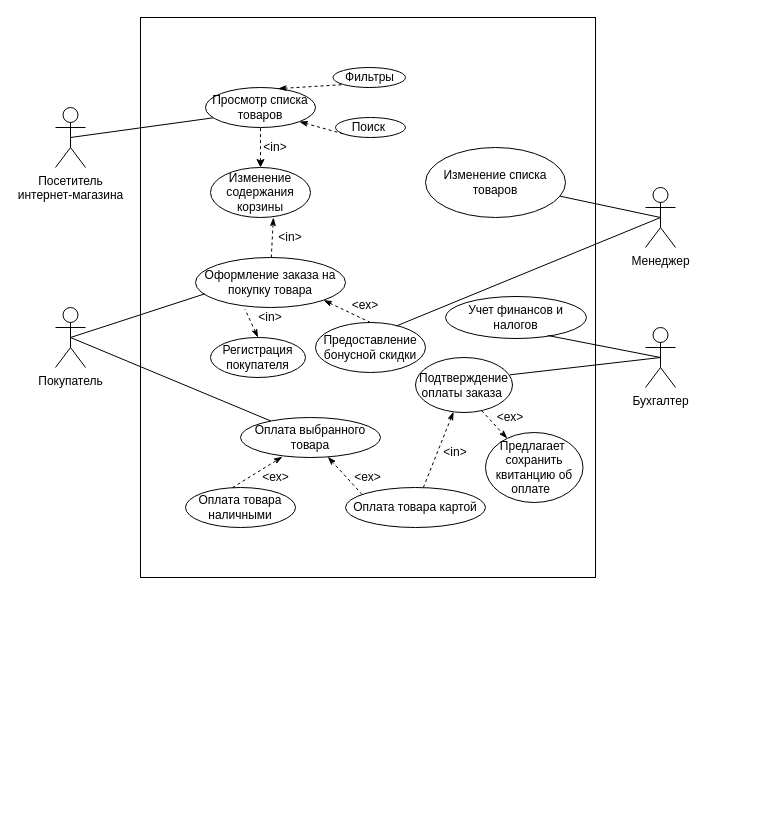
ValeriaLebedeva/predmetnaya_obl_use_case keeps this draw.io diagram as Predmet_obl_use_case.drawio. Above is the earlier version. Source tidied: cells renumbered, new cells numbered last; positions are measured from the earlier drawing's top-left corner, leaving out a move shared by most shapes. Both pictures are drawn from the tidied source at 100%, with x=0, y=0 at pixel (55, 17).
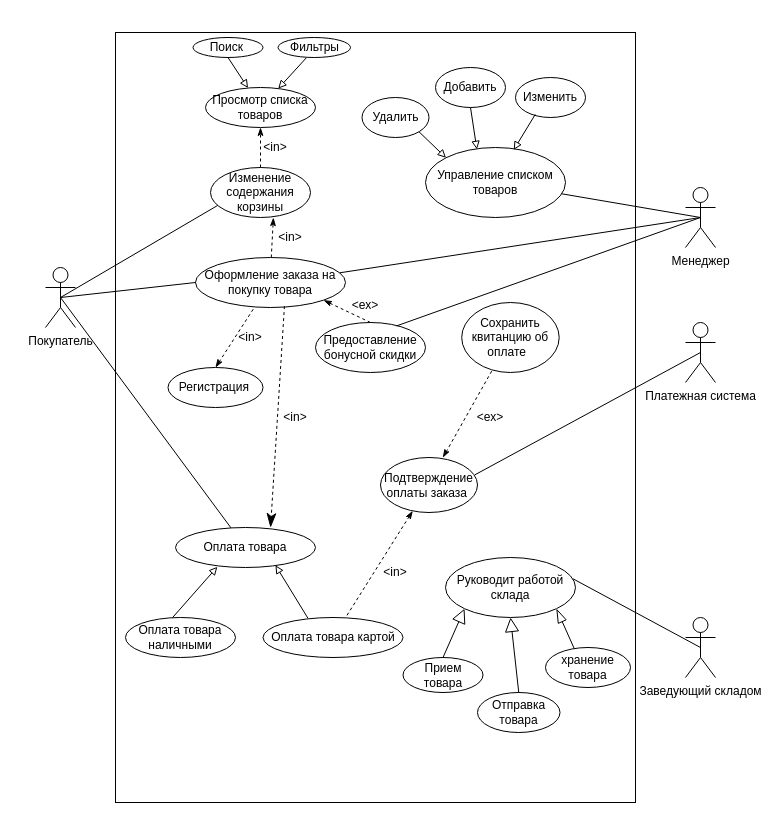
After the change.

The change refers to these unchanged cells:
```xml
<mxCell id="7" value="Просмотр списка товаров" style="ellipse;whiteSpace=wrap;html=1;" parent="1" vertex="1">
  <mxGeometry x="150" y="70" width="110" height="40" as="geometry" />
</mxCell>
<mxCell id="8" value="Изменение содержания корзины" style="ellipse;whiteSpace=wrap;html=1;" parent="1" vertex="1">
  <mxGeometry x="155" y="150" width="100" height="50" as="geometry" />
</mxCell>
<mxCell id="9" value="Оформление заказа на покупку товара" style="ellipse;whiteSpace=wrap;html=1;" parent="1" vertex="1">
  <mxGeometry x="140" y="240" width="150" height="50" as="geometry" />
</mxCell>
```

Diff of the diagram source:
```diff
@@
     <mxCell id="2" style="rounded=0;whiteSpace=wrap;html=1;" parent="1" vertex="1">
-      <mxGeometry x="85" width="455" height="560" as="geometry" />
+      <mxGeometry x="60" y="15" width="520" height="770" as="geometry" />
     </mxCell>
-    <mxCell id="3" value="Посетитель &lt;br&gt;интернет-магазина" style="shape=umlActor;verticalLabelPosition=bottom;verticalAlign=top;html=1;outlineConnect=0;" parent="1" vertex="1">
-      <mxGeometry y="90" width="30" height="60" as="geometry" />
-    </mxCell>
     <mxCell id="4" value="Покупатель" style="shape=umlActor;verticalLabelPosition=bottom;verticalAlign=top;html=1;outlineConnect=0;" parent="1" vertex="1">
-      <mxGeometry y="290" width="30" height="60" as="geometry" />
+      <mxGeometry x="-10" y="250" width="30" height="60" as="geometry" />
     </mxCell>
     <mxCell id="5" value="Менеджер" style="shape=umlActor;verticalLabelPosition=bottom;verticalAlign=top;html=1;outlineConnect=0;" parent="1" vertex="1">
-      <mxGeometry x="590" y="170" width="30" height="60" as="geometry" />
+      <mxGeometry x="630" y="170" width="30" height="60" as="geometry" />
     </mxCell>
-    <mxCell id="6" style="endArrow=none;html=1;rounded=0;exitX=0.5;exitY=0.5;exitDx=0;exitDy=0;exitPerimeter=0;" parent="1" edge="1" source="3">
-      <mxGeometry relative="1" as="geometry">
-        <mxPoint x="160" y="100" as="targetPoint" />
-      </mxGeometry>
-    </mxCell>
@@
-    <mxCell id="10" value="Оплата выбранного товара" style="ellipse;whiteSpace=wrap;html=1;" parent="1" vertex="1">
-      <mxGeometry x="185" y="400" width="140" height="40" as="geometry" />
+    <mxCell id="10" value="Оплата товара" style="ellipse;whiteSpace=wrap;html=1;" parent="1" vertex="1">
+      <mxGeometry x="120" y="510" width="140" height="40" as="geometry" />
     </mxCell>
-    <mxCell id="11" value="Регистрация покупателя" style="ellipse;whiteSpace=wrap;html=1;" parent="1" vertex="1">
-      <mxGeometry x="155" y="320" width="95" height="40" as="geometry" />
+    <mxCell id="11" value="Регистрация&amp;nbsp;" style="ellipse;whiteSpace=wrap;html=1;" parent="1" vertex="1">
+      <mxGeometry x="112.5" y="350" width="95" height="40" as="geometry" />
     </mxCell>
@@
-    <mxCell id="13" style="endArrow=none;html=1;rounded=0;exitX=0.5;exitY=0.5;exitDx=0;exitDy=0;exitPerimeter=0;entryX=0.06;entryY=0.729;entryDx=0;entryDy=0;entryPerimeter=0;" parent="1" edge="1" source="4" target="9">
+    <mxCell id="13" style="endArrow=none;html=1;rounded=0;exitX=0.5;exitY=0.5;exitDx=0;exitDy=0;exitPerimeter=0;entryX=0;entryY=0.5;entryDx=0;entryDy=0;" parent="1" edge="1" source="4" target="9">
       <mxGeometry relative="1" as="geometry" />
     </mxCell>
-    <mxCell id="14" style="endArrow=none;html=1;rounded=0;exitX=0.5;exitY=0;exitDx=0;exitDy=0;startArrow=classicThin;startFill=1;dashed=1;entryX=0.33;entryY=1.037;entryDx=0;entryDy=0;entryPerimeter=0;" parent="1" edge="1" source="11" target="9">
+    <mxCell id="14" style="endArrow=none;html=1;rounded=0;exitX=0.5;exitY=0;exitDx=0;exitDy=0;startArrow=classicThin;startFill=1;dashed=1;" parent="1" edge="1" source="11" target="9">
       <mxGeometry relative="1" as="geometry" />
     </mxCell>
@@
     <mxCell id="16" value="Оплата товара наличными" style="ellipse;whiteSpace=wrap;html=1;" parent="1" vertex="1">
-      <mxGeometry x="130" y="470" width="110" height="40" as="geometry" />
+      <mxGeometry x="70" y="600" width="110" height="40" as="geometry" />
     </mxCell>
     <mxCell id="17" value="Оплата товара картой" style="ellipse;whiteSpace=wrap;html=1;" parent="1" vertex="1">
-      <mxGeometry x="290" y="470" width="140" height="40" as="geometry" />
+      <mxGeometry x="207.5" y="600" width="140" height="40" as="geometry" />
     </mxCell>
@@
     <mxCell id="19" value="&amp;lt;in&amp;gt;" style="text;html=1;strokeColor=none;fillColor=none;align=center;verticalAlign=middle;whiteSpace=wrap;rounded=0;" parent="1" vertex="1">
-      <mxGeometry x="190" y="290" width="50" height="20" as="geometry" />
+      <mxGeometry x="170" y="310" width="50" height="20" as="geometry" />
     </mxCell>
@@
-    <mxCell id="21" style="endArrow=classicThin;html=1;rounded=0;entryX=0.299;entryY=0.982;entryDx=0;entryDy=0;entryPerimeter=0;exitX=0.427;exitY=0.004;exitDx=0;exitDy=0;exitPerimeter=0;startArrow=none;startFill=0;endFill=1;dashed=1;" parent="1" edge="1" source="16" target="10">
+    <mxCell id="21" style="endArrow=block;html=1;rounded=0;entryX=0.299;entryY=0.982;entryDx=0;entryDy=0;entryPerimeter=0;exitX=0.427;exitY=0.004;exitDx=0;exitDy=0;exitPerimeter=0;startArrow=none;startFill=0;endFill=0;" parent="1" edge="1" source="16" target="10">
       <mxGeometry relative="1" as="geometry" />
     </mxCell>
-    <mxCell id="22" style="endArrow=classicThin;html=1;rounded=0;endFill=1;exitX=0.119;exitY=0.175;exitDx=0;exitDy=0;exitPerimeter=0;dashed=1;" parent="1" edge="1" source="17" target="10">
+    <mxCell id="22" style="endArrow=block;html=1;rounded=0;endFill=0;exitX=0.321;exitY=0.019;exitDx=0;exitDy=0;exitPerimeter=0;entryX=0.714;entryY=0.943;entryDx=0;entryDy=0;entryPerimeter=0;" parent="1" edge="1" source="17" target="10">
       <mxGeometry relative="1" as="geometry" />
     </mxCell>
-    <mxCell id="23" value="Изменение списка товаров" style="ellipse;whiteSpace=wrap;html=1;" parent="1" vertex="1">
+    <mxCell id="23" value="Управление списком товаров" style="ellipse;whiteSpace=wrap;html=1;" parent="1" vertex="1">
       <mxGeometry x="370" y="130" width="140" height="70" as="geometry" />
     </mxCell>
@@
-    <mxCell id="26" style="endArrow=none;html=1;rounded=0;entryX=0.5;entryY=1;entryDx=0;entryDy=0;exitX=0.5;exitY=0;exitDx=0;exitDy=0;startArrow=classic;startFill=1;dashed=1;" parent="1" edge="1" source="8" target="7">
+    <mxCell id="26" style="endArrow=classicThin;html=1;rounded=0;entryX=0.5;entryY=1;entryDx=0;entryDy=0;exitX=0.5;exitY=0;exitDx=0;exitDy=0;startArrow=none;startFill=0;dashed=1;endFill=1;" parent="1" edge="1" source="8" target="7">
       <mxGeometry relative="1" as="geometry" />
     </mxCell>
@@
-    <mxCell id="30" value="&amp;lt;ex&amp;gt;" style="text;html=1;strokeColor=none;fillColor=none;align=center;verticalAlign=middle;whiteSpace=wrap;rounded=0;" parent="1" vertex="1">
-      <mxGeometry x="197.5" y="450" width="45" height="20" as="geometry" />
-    </mxCell>
-    <mxCell id="31" value="&amp;lt;ex&amp;gt;" style="text;html=1;strokeColor=none;fillColor=none;align=center;verticalAlign=middle;whiteSpace=wrap;rounded=0;rotation=0;" parent="1" vertex="1">
-      <mxGeometry x="290" y="450" width="45" height="20" as="geometry" />
-    </mxCell>
-    <mxCell id="32" style="endArrow=classicThin;dashed=1;html=1;rounded=0;exitX=0.682;exitY=0.967;exitDx=0;exitDy=0;endFill=1;exitPerimeter=0;" parent="1" edge="1" source="36" target="33">
+    <mxCell id="32" style="endArrow=none;dashed=1;html=1;rounded=0;exitX=0.643;exitY=0.003;exitDx=0;exitDy=0;endFill=0;exitPerimeter=0;startArrow=classicThin;startFill=1;" parent="1" edge="1" source="36" target="33">
       <mxGeometry relative="1" as="geometry" />
     </mxCell>
-    <mxCell id="33" value="Предлагает&amp;nbsp;&lt;br&gt;сохранить квитанцию об оплате&amp;nbsp;&amp;nbsp;" style="ellipse;whiteSpace=wrap;html=1;" parent="1" vertex="1">
-      <mxGeometry x="430" y="415" width="97.5" height="70" as="geometry" />
+    <mxCell id="33" value="Сохранить квитанцию об оплате&amp;nbsp;&amp;nbsp;" style="ellipse;whiteSpace=wrap;html=1;" parent="1" vertex="1">
+      <mxGeometry x="406.2" y="285" width="97.5" height="70" as="geometry" />
     </mxCell>
     <mxCell id="34" value="&amp;lt;ex&amp;gt;" style="text;html=1;strokeColor=none;fillColor=none;align=center;verticalAlign=middle;whiteSpace=wrap;rounded=0;" parent="1" vertex="1">
-      <mxGeometry x="440" y="390" width="30" height="20" as="geometry" />
+      <mxGeometry x="420" y="390" width="30" height="20" as="geometry" />
     </mxCell>
@@
     <mxCell id="36" value="Подтверждение&lt;br&gt;оплаты заказа&amp;nbsp;" style="ellipse;whiteSpace=wrap;html=1;" parent="1" vertex="1">
-      <mxGeometry x="360" y="340" width="97" height="55" as="geometry" />
+      <mxGeometry x="325" y="440" width="97" height="55" as="geometry" />
     </mxCell>
     <mxCell id="37" value="&amp;lt;in&amp;gt;" style="text;html=1;strokeColor=none;fillColor=none;align=center;verticalAlign=middle;whiteSpace=wrap;rounded=0;" parent="1" vertex="1">
-      <mxGeometry x="370" y="420" width="60" height="30" as="geometry" />
+      <mxGeometry x="310" y="540" width="60" height="30" as="geometry" />
     </mxCell>
-    <mxCell id="38" value="Бухгалтер" style="shape=umlActor;verticalLabelPosition=bottom;verticalAlign=top;html=1;outlineConnect=0;" parent="1" vertex="1">
-      <mxGeometry x="590" y="310" width="30" height="60" as="geometry" />
+    <mxCell id="38" value="Платежная система" style="shape=umlActor;verticalLabelPosition=bottom;verticalAlign=top;html=1;outlineConnect=0;" parent="1" vertex="1">
+      <mxGeometry x="630" y="305" width="30" height="60" as="geometry" />
     </mxCell>
@@
-    <mxCell id="40" value="Учет финансов и налогов" style="ellipse;whiteSpace=wrap;html=1;" parent="1" vertex="1">
-      <mxGeometry x="390" y="279" width="141" height="42" as="geometry" />
-    </mxCell>
-    <mxCell id="41" style="endArrow=none;html=1;rounded=0;exitX=0.726;exitY=0.929;exitDx=0;exitDy=0;exitPerimeter=0;entryX=0.5;entryY=0.5;entryDx=0;entryDy=0;entryPerimeter=0;" parent="1" edge="1" source="40" target="38">
-      <mxGeometry relative="1" as="geometry" />
-    </mxCell>
     <mxCell id="42" value="Фильтры" style="ellipse;whiteSpace=wrap;html=1;" parent="1" vertex="1">
-      <mxGeometry x="277.5" y="50" width="72.5" height="20" as="geometry" />
+      <mxGeometry x="222.5" y="20" width="72.5" height="20" as="geometry" />
     </mxCell>
     <mxCell id="43" value="Поиск&amp;nbsp;" style="ellipse;whiteSpace=wrap;html=1;" parent="1" vertex="1">
-      <mxGeometry x="280" y="100" width="70" height="20" as="geometry" />
+      <mxGeometry x="137.5" y="20" width="70" height="20" as="geometry" />
     </mxCell>
-    <mxCell id="44" style="endArrow=none;html=1;rounded=0;exitX=0.661;exitY=0.028;exitDx=0;exitDy=0;exitPerimeter=0;entryX=0;entryY=1;entryDx=0;entryDy=0;dashed=1;startArrow=classicThin;startFill=1;" parent="1" edge="1" source="7" target="42">
+    <mxCell id="44" style="endArrow=none;html=1;rounded=0;exitX=0.661;exitY=0.028;exitDx=0;exitDy=0;exitPerimeter=0;entryX=0.393;entryY=1.007;entryDx=0;entryDy=0;startArrow=block;startFill=0;entryPerimeter=0;" parent="1" edge="1" source="7" target="42">
       <mxGeometry relative="1" as="geometry" />
     </mxCell>
-    <mxCell id="45" style="endArrow=none;html=1;rounded=0;dashed=1;entryX=0;entryY=1;entryDx=0;entryDy=0;exitX=1;exitY=1;exitDx=0;exitDy=0;startArrow=classicThin;startFill=1;" parent="1" edge="1" source="7" target="43">
+    <mxCell id="45" style="endArrow=none;html=1;rounded=0;entryX=0.5;entryY=1;entryDx=0;entryDy=0;startArrow=block;startFill=0;" parent="1" edge="1" source="7" target="43">
       <mxGeometry relative="1" as="geometry" />
     </mxCell>
+    <mxCell id="46" style="endArrow=none;html=1;rounded=0;exitX=0.5;exitY=0.5;exitDx=0;exitDy=0;endFill=0;exitPerimeter=0;entryX=0.962;entryY=0.306;entryDx=0;entryDy=0;entryPerimeter=0;" parent="1" edge="1" source="5" target="9">
+      <mxGeometry relative="1" as="geometry" />
+    </mxCell>
+    <mxCell id="47" style="endArrow=none;endFill=0;endSize=12;html=1;rounded=0;entryX=0.073;entryY=0.757;entryDx=0;entryDy=0;entryPerimeter=0;exitX=0.5;exitY=0.5;exitDx=0;exitDy=0;exitPerimeter=0;" parent="1" edge="1" source="4" target="8">
+      <mxGeometry relative="1" as="geometry" />
+    </mxCell>
+    <mxCell id="48" style="endArrow=classicThin;dashed=1;endFill=1;endSize=12;html=1;rounded=0;exitX=0.593;exitY=0.972;exitDx=0;exitDy=0;exitPerimeter=0;entryX=0.679;entryY=0;entryDx=0;entryDy=0;entryPerimeter=0;" parent="1" edge="1" source="9" target="10">
+      <mxGeometry relative="1" as="geometry" />
+    </mxCell>
+    <mxCell id="49" value="&amp;lt;in&amp;gt;" style="text;html=1;strokeColor=none;fillColor=none;align=center;verticalAlign=middle;whiteSpace=wrap;rounded=0;" parent="1" vertex="1">
+      <mxGeometry x="215" y="390" width="50" height="20" as="geometry" />
+    </mxCell>
+    <mxCell id="50" value="Удалить" style="ellipse;whiteSpace=wrap;html=1;" parent="1" vertex="1">
+      <mxGeometry x="306.5" y="80" width="67" height="40" as="geometry" />
+    </mxCell>
+    <mxCell id="51" value="Добавить" style="ellipse;whiteSpace=wrap;html=1;" parent="1" vertex="1">
+      <mxGeometry x="380" y="50" width="70" height="40" as="geometry" />
+    </mxCell>
+    <mxCell id="52" value="Изменить" style="ellipse;whiteSpace=wrap;html=1;" parent="1" vertex="1">
+      <mxGeometry x="460" y="60" width="70" height="40" as="geometry" />
+    </mxCell>
+    <mxCell id="53" style="endArrow=none;html=1;rounded=0;exitX=0.63;exitY=0.034;exitDx=0;exitDy=0;exitPerimeter=0;entryX=0.282;entryY=0.924;entryDx=0;entryDy=0;startArrow=block;startFill=0;entryPerimeter=0;" parent="1" edge="1" source="23" target="52">
+      <mxGeometry relative="1" as="geometry" />
+    </mxCell>
+    <mxCell id="54" style="endArrow=none;html=1;rounded=0;exitX=0.367;exitY=0.026;exitDx=0;exitDy=0;entryX=0.5;entryY=1;entryDx=0;entryDy=0;startArrow=block;startFill=0;exitPerimeter=0;" parent="1" edge="1" source="23" target="51">
+      <mxGeometry relative="1" as="geometry" />
+    </mxCell>
+    <mxCell id="55" style="endArrow=none;html=1;rounded=0;exitX=0;exitY=0;exitDx=0;exitDy=0;entryX=1;entryY=1;entryDx=0;entryDy=0;startArrow=block;startFill=0;" parent="1" edge="1" source="23" target="50">
+      <mxGeometry relative="1" as="geometry" />
+    </mxCell>
+    <mxCell id="56" value="Заведующий складом" style="shape=umlActor;verticalLabelPosition=bottom;verticalAlign=top;html=1;" parent="1" vertex="1">
+      <mxGeometry x="630" y="600" width="30" height="60" as="geometry" />
+    </mxCell>
+    <mxCell id="57" value="Руководит работой склада" style="ellipse;whiteSpace=wrap;html=1;" parent="1" vertex="1">
+      <mxGeometry x="390" y="540" width="130" height="60" as="geometry" />
+    </mxCell>
+    <mxCell id="58" style="endArrow=none;endFill=0;endSize=12;html=1;rounded=0;entryX=0.5;entryY=0.5;entryDx=0;entryDy=0;entryPerimeter=0;exitX=0.981;exitY=0.355;exitDx=0;exitDy=0;exitPerimeter=0;" parent="1" edge="1" source="57" target="56">
+      <mxGeometry relative="1" as="geometry" />
+    </mxCell>
+    <mxCell id="59" value="Прием товара" style="ellipse;whiteSpace=wrap;html=1;" parent="1" vertex="1">
+      <mxGeometry x="347.5" y="640" width="80" height="35" as="geometry" />
+    </mxCell>
+    <mxCell id="60" value="Отправка товара" style="ellipse;whiteSpace=wrap;html=1;" parent="1" vertex="1">
+      <mxGeometry x="422" y="675" width="82.5" height="40" as="geometry" />
+    </mxCell>
+    <mxCell id="61" value="хранение товара" style="ellipse;whiteSpace=wrap;html=1;" parent="1" vertex="1">
+      <mxGeometry x="490" y="630" width="85" height="40" as="geometry" />
+    </mxCell>
+    <mxCell id="62" style="endArrow=block;endFill=0;endSize=12;html=1;rounded=0;entryX=0;entryY=1;entryDx=0;entryDy=0;startArrow=none;startFill=0;exitX=0.5;exitY=0;exitDx=0;exitDy=0;" parent="1" edge="1" source="59" target="57">
+      <mxGeometry relative="1" as="geometry" />
+    </mxCell>
+    <mxCell id="63" style="endArrow=block;endFill=0;endSize=12;html=1;rounded=0;entryX=0.5;entryY=1;entryDx=0;entryDy=0;startArrow=none;startFill=0;exitX=0.5;exitY=0;exitDx=0;exitDy=0;" parent="1" edge="1" source="60" target="57">
+      <mxGeometry relative="1" as="geometry" />
+    </mxCell>
+    <mxCell id="64" style="endArrow=blockThin;endFill=0;endSize=12;html=1;rounded=0;entryX=1;entryY=1;entryDx=0;entryDy=0;startArrow=none;startFill=0;exitX=0.337;exitY=0.022;exitDx=0;exitDy=0;exitPerimeter=0;" parent="1" edge="1" source="61" target="57">
+      <mxGeometry relative="1" as="geometry" />
+    </mxCell>
```
